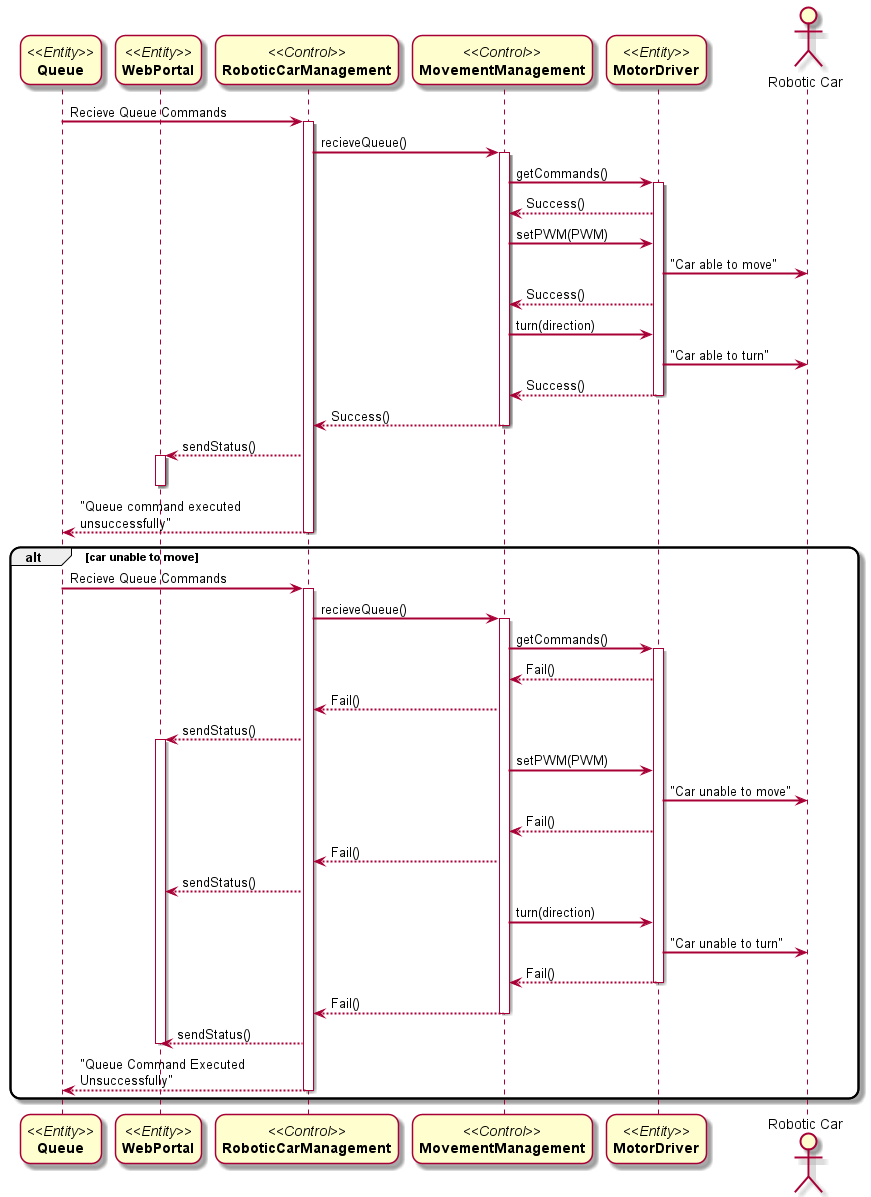
The PlantUML diagram Docs/Sequence Diagrams/Project Sequence-Diagram-UC5.png in DanielFYJ/2101-2201-Project, before a commit.
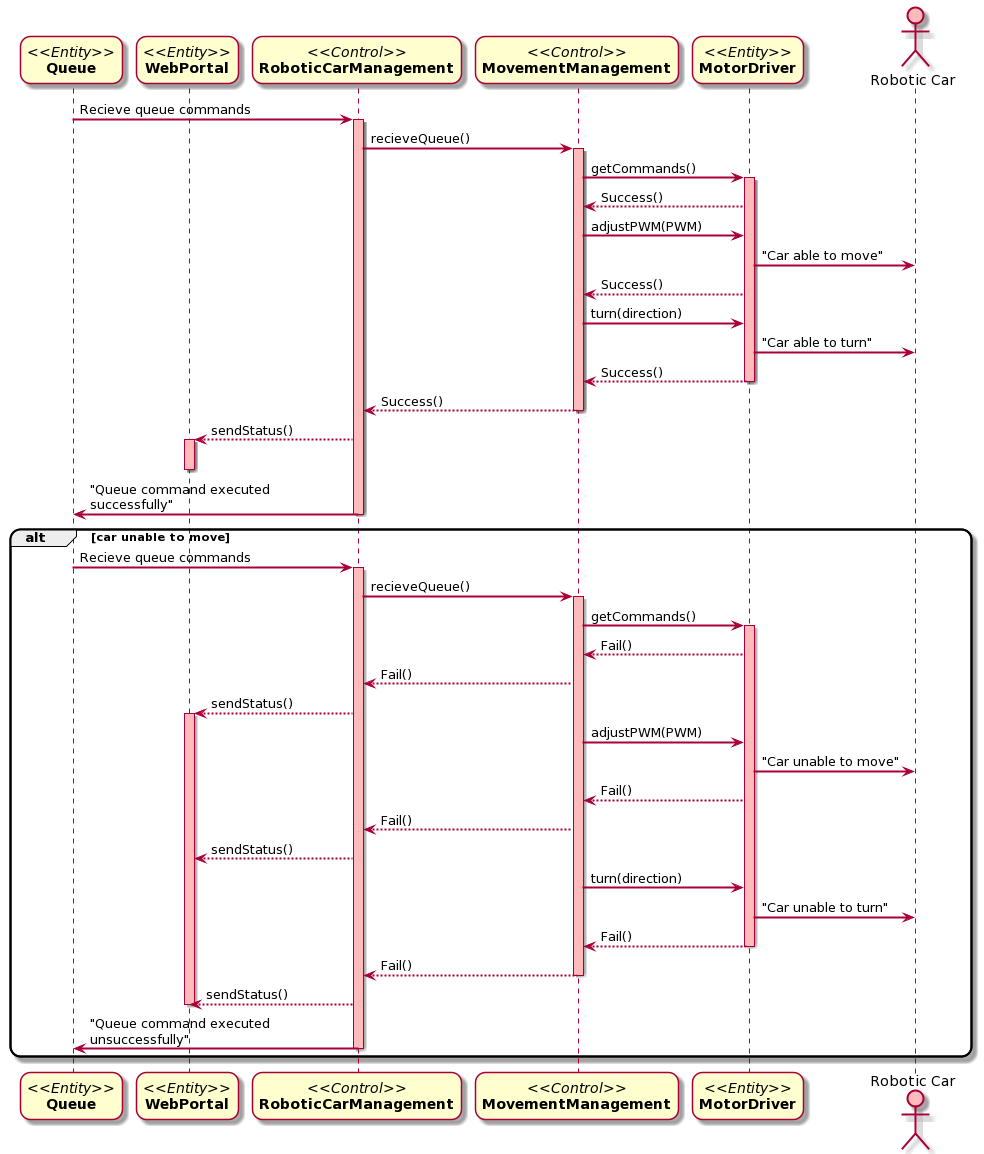
The same file after the commit.

Commit message:
Update Sequence Diagram For UC4-6

Change to the diagram source:
```diff
@@ -7,16 +7,16 @@
 participant "//<<Control>>//\n**RoboticCarManagement**" as RoboticCarManagement
 participant "//<<Control>>//\n**MovementManagement**" as B
 participant "//<<Entity>>//\n**MotorDriver**" as C
-actor "Robotic Car" as RC
+actor "Robotic Car" as RC #FFBBBB
 
-Queue -> RoboticCarManagement: Recieve Queue Commands
-activate RoboticCarManagement
+Queue -> RoboticCarManagement: Recieve queue commands
+activate RoboticCarManagement #FFBBBB
 RoboticCarManagement -> B : recieveQueue()
-activate B
+activate B #FFBBBB
 B -> C: getCommands()
-activate C
+activate C #FFBBBB
 C --> B: Success()
-B-> C : setPWM(PWM)
+B-> C : adjustPWM(PWM)
 C -> RC : "Car able to move"
 C --> B : Success()
 B -> C: turn(direction)
@@ -27,24 +27,23 @@
 B --> RoboticCarManagement: Success()
 deactivate B
 RoboticCarManagement --> WebPortal: sendStatus()
-activate WebPortal
+activate WebPortal #FFBBBB
 deactivate WebPortal
-RoboticCarManagement --> Queue : "Queue command executed unsuccessfully"
+RoboticCarManagement -> Queue : "Queue command executed successfully"
 deactivate RoboticCarManagement
 
-
 alt car unable to move
-Queue -> RoboticCarManagement: Recieve Queue Commands
-activate RoboticCarManagement
+Queue -> RoboticCarManagement: Recieve queue commands
+activate RoboticCarManagement #FFBBBB
 RoboticCarManagement -> B : recieveQueue()
-activate B
+activate B #FFBBBB
 B -> C: getCommands()
-activate C
+activate C #FFBBBB
 C --> B: Fail()
 B --> RoboticCarManagement : Fail()
 RoboticCarManagement --> WebPortal: sendStatus()
-activate WebPortal
-B-> C : setPWM(PWM)
+activate WebPortal #FFBBBB
+B-> C : adjustPWM(PWM)
 C -> RC : "Car unable to move"
 C --> B : Fail()
 B --> RoboticCarManagement : Fail()
@@ -57,7 +56,7 @@
 deactivate B
 RoboticCarManagement --> WebPortal: sendStatus()
 deactivate WebPortal
-RoboticCarManagement --> Queue : "Queue Command Executed Unsuccessfully"
+RoboticCarManagement -> Queue : "Queue command executed unsuccessfully"
 deactivate RoboticCarManagement
 end
 @enduml
```
